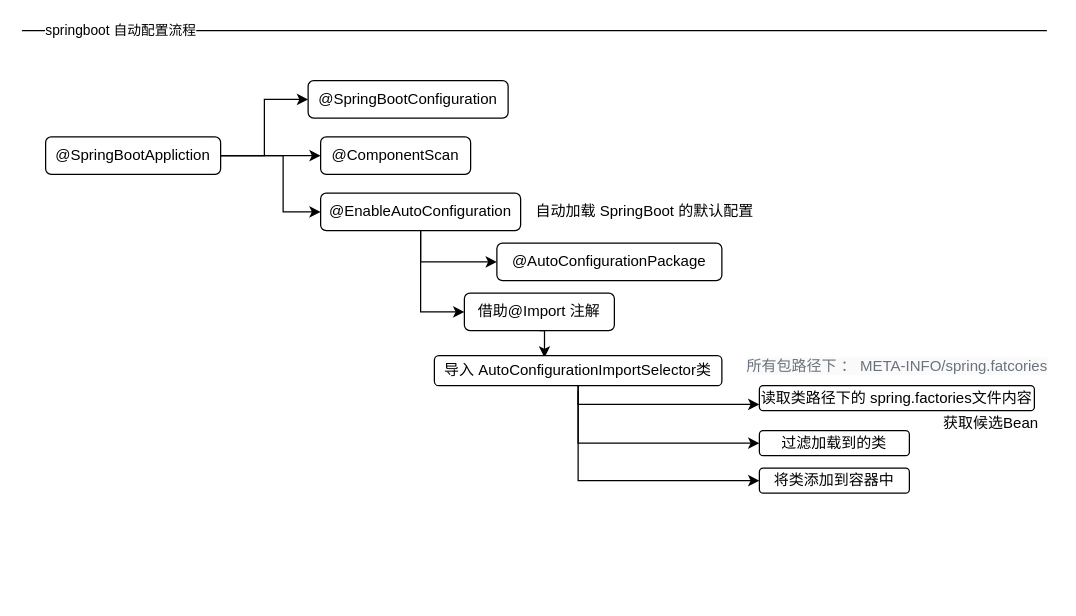
The draw.io diagram SpringBoot.drawio in topyuluo/photo-project, before the edit. Source tidied: cells renumbered, new cells numbered last; positions are measured from the earlier drawing's top-left corner, leaving out a move shared by most shapes. Both pictures are drawn from the tidied source at 125%, with x=0, y=0 at pixel (21, 30).
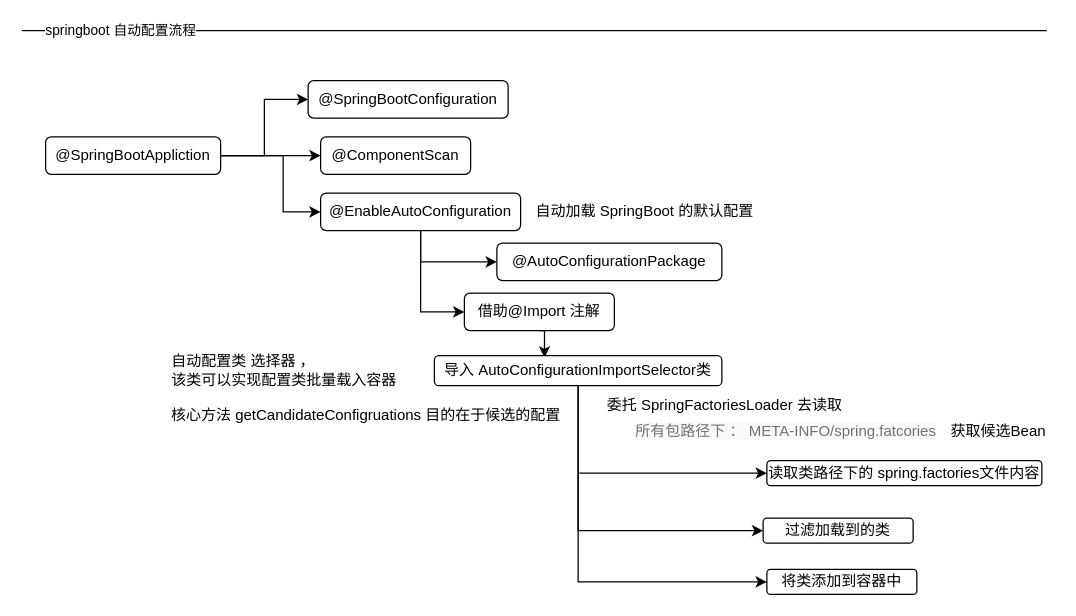
The same page after the edit.

What changed in the source:
```diff
@@
-    <mxCell id="16" style="edgeStyle=orthogonalEdgeStyle;rounded=0;jettySize=auto;html=1;exitX=0.5;exitY=1;exitDx=0;exitDy=0;entryX=0;entryY=0.75;entryDx=0;entryDy=0;" parent="1" edge="1" target="18">
-      <mxGeometry relative="1" as="geometry">
-        <mxPoint x="445" y="288" as="sourcePoint" />
-        <Array as="points">
-          <mxPoint x="445" y="299" />
-        </Array>
-      </mxGeometry>
-    </mxCell>
@@
     <mxCell id="18" value="读取类路径下的 spring.factories文件内容" style="rounded=1;whiteSpace=wrap;html=1;" parent="1" vertex="1">
-      <mxGeometry x="590" y="284" width="220" height="20" as="geometry" />
+      <mxGeometry x="596" y="344" width="220" height="20" as="geometry" />
     </mxCell>
     <mxCell id="19" value="过滤加载到的类" style="rounded=1;whiteSpace=wrap;html=1;" parent="1" vertex="1">
-      <mxGeometry x="590" y="320" width="120" height="20" as="geometry" />
+      <mxGeometry x="593" y="390" width="120" height="20" as="geometry" />
     </mxCell>
     <mxCell id="20" value="将类添加到容器中" style="rounded=1;whiteSpace=wrap;html=1;" parent="1" vertex="1">
-      <mxGeometry x="590" y="350" width="120" height="20" as="geometry" />
+      <mxGeometry x="596" y="431" width="120" height="20" as="geometry" />
     </mxCell>
     <mxCell id="21" value="&lt;span style=&quot;color: rgb(106 , 115 , 125) ; background-color: rgb(250 , 250 , 250)&quot;&gt;&lt;font style=&quot;font-size: 12px&quot;&gt;所有包路径下 ： META-INFO/spring.fatcories&lt;/font&gt;&lt;/span&gt;" style="text;html=1;align=center;verticalAlign=middle;strokeColor=none;" parent="1" vertex="1">
-      <mxGeometry x="575" y="260" width="250" height="18" as="geometry" />
+      <mxGeometry x="486" y="312" width="250" height="18" as="geometry" />
     </mxCell>
@@
     <mxCell id="25" value="获取候选Bean" style="text;html=1;align=center;verticalAlign=middle;strokeColor=none;" parent="1" vertex="1">
-      <mxGeometry x="730" y="304" width="90" height="20" as="geometry" />
+      <mxGeometry x="736" y="311" width="90" height="20" as="geometry" />
     </mxCell>
+    <mxCell id="26" value="自动配置类 选择器 ， &lt;br&gt;该类可以实现配置类批量载入容器" style="text;html=1;align=left;verticalAlign=middle;strokeColor=none;" parent="1" vertex="1">
+      <mxGeometry x="118" y="256" width="190" height="32" as="geometry" />
+    </mxCell>
+    <mxCell id="27" value="核心方法 getCandidateConfigruations 目的在于候选的配置" style="text;html=1;align=center;verticalAlign=middle;strokeColor=none;" parent="1" vertex="1">
+      <mxGeometry x="114" y="299" width="321" height="18" as="geometry" />
+    </mxCell>
+    <mxCell id="28" style="endArrow=classic;html=1;entryX=0;entryY=0.5;entryDx=0;entryDy=0;" parent="1" edge="1" target="18">
+      <mxGeometry relative="1" as="geometry">
+        <mxPoint x="446" y="354" as="sourcePoint" />
+      </mxGeometry>
+    </mxCell>
+    <mxCell id="29" value="委托 SpringFactoriesLoader 去读取" style="text;html=1;align=center;verticalAlign=middle;strokeColor=none;" parent="1" vertex="1">
+      <mxGeometry x="463" y="291" width="198" height="18" as="geometry" />
+    </mxCell>
```
